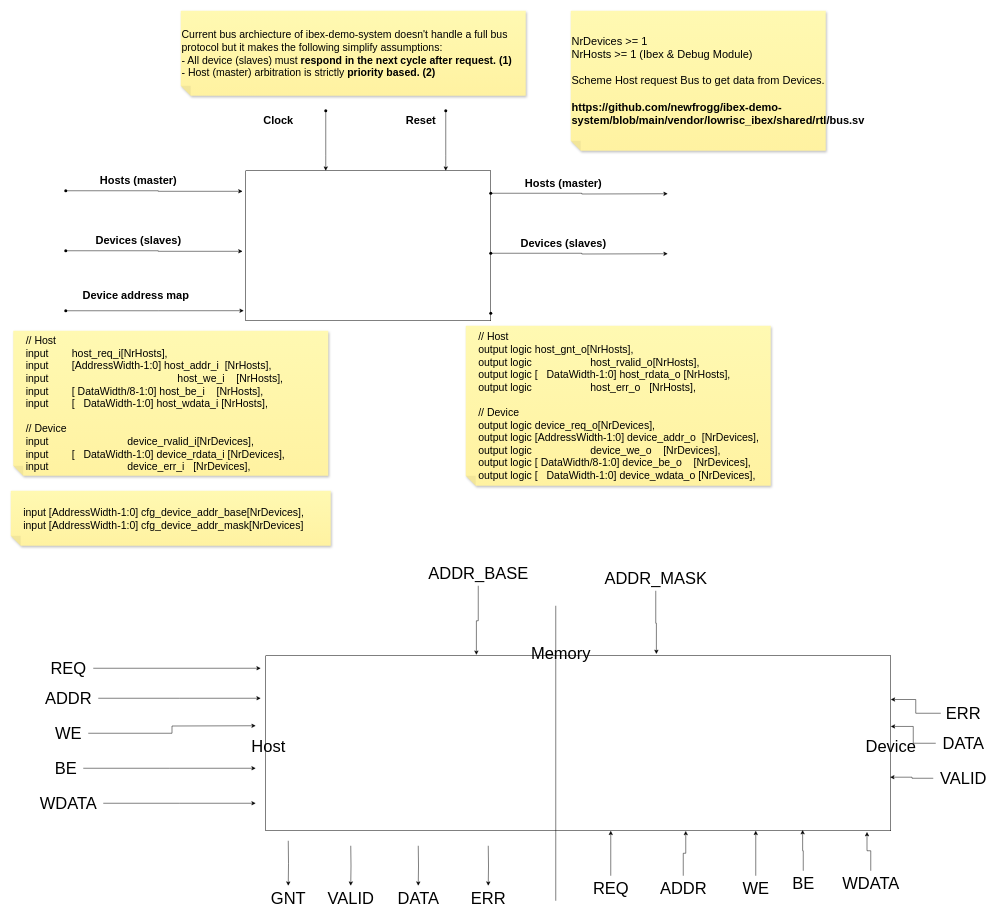
Earlier version of the draw.io diagram page "bus" (5 of 5) of doc/LSTMAccelerator.drawio (newfrogg/LSTMAccelerator). Source tidied: cells renumbered, new cells numbered last; positions are measured from the earlier drawing's top-left corner, leaving out a move shared by most shapes. Both pictures are drawn from the tidied source at 50%, with x=0, y=0 at pixel (10, 10).
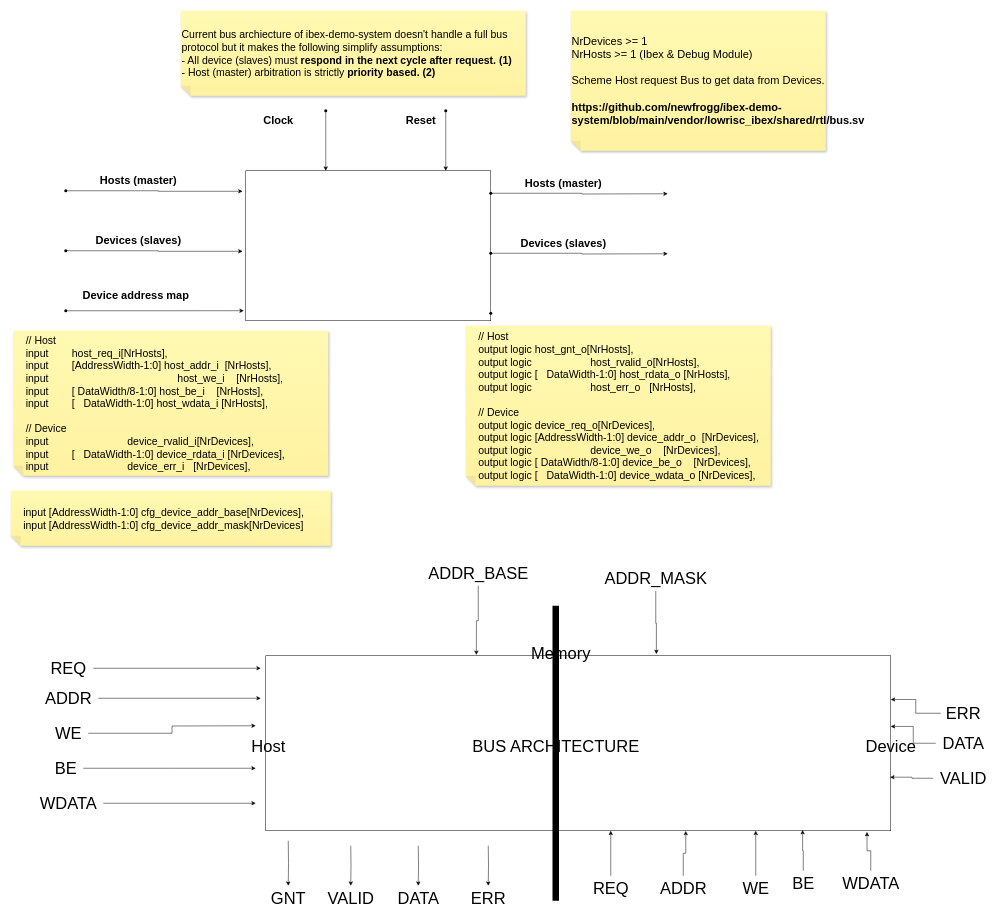
The same page after the edit.

Commit message:
update bus page (not significant)

Diff of the diagram source:
```diff
@@
-    <mxCell id="31" style="endArrow=none;html=1;rounded=0;" parent="1" edge="1">
+    <mxCell id="31" style="endArrow=none;html=1;rounded=0;strokeWidth=13;" parent="1" edge="1">
       <mxGeometry relative="1" as="geometry">
         <mxPoint x="1090" y="1780" as="sourcePoint" />
         <mxPoint x="1090" y="1190" as="targetPoint" />
       </mxGeometry>
     </mxCell>
@@
+    <mxCell id="73" value="&lt;font style=&quot;font-size: 33px;&quot;&gt;BUS ARCHITECTURE&lt;/font&gt;" style="text;html=1;align=center;verticalAlign=middle;strokeColor=none;fillColor=none;" parent="1" vertex="1">
+      <mxGeometry x="910" y="1445" width="360" height="50" as="geometry" />
+    </mxCell>
```
